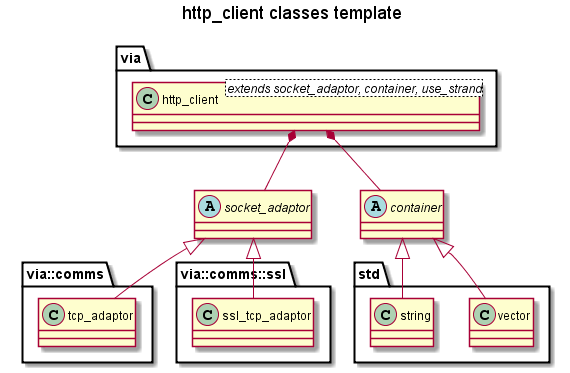
The PlantUML diagram docs/images/http_client_template_class_diagram.png in kenba/via-httplib, before a commit.
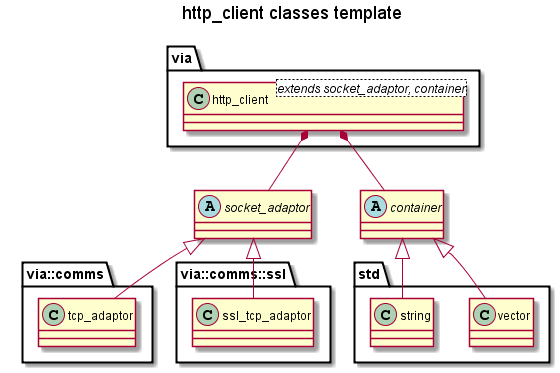
Later version of the same file.

Diff of the diagram source:
```diff
@@ -5,7 +5,7 @@
 
 set namespaceSeparator ::
 
-class via::http_client<extends socket_adaptor, container, use_strand>
+class via::http_client<extends socket_adaptor, container>
 via::http_client *-- socket_adaptor
 via::http_client *-- container
 
```
